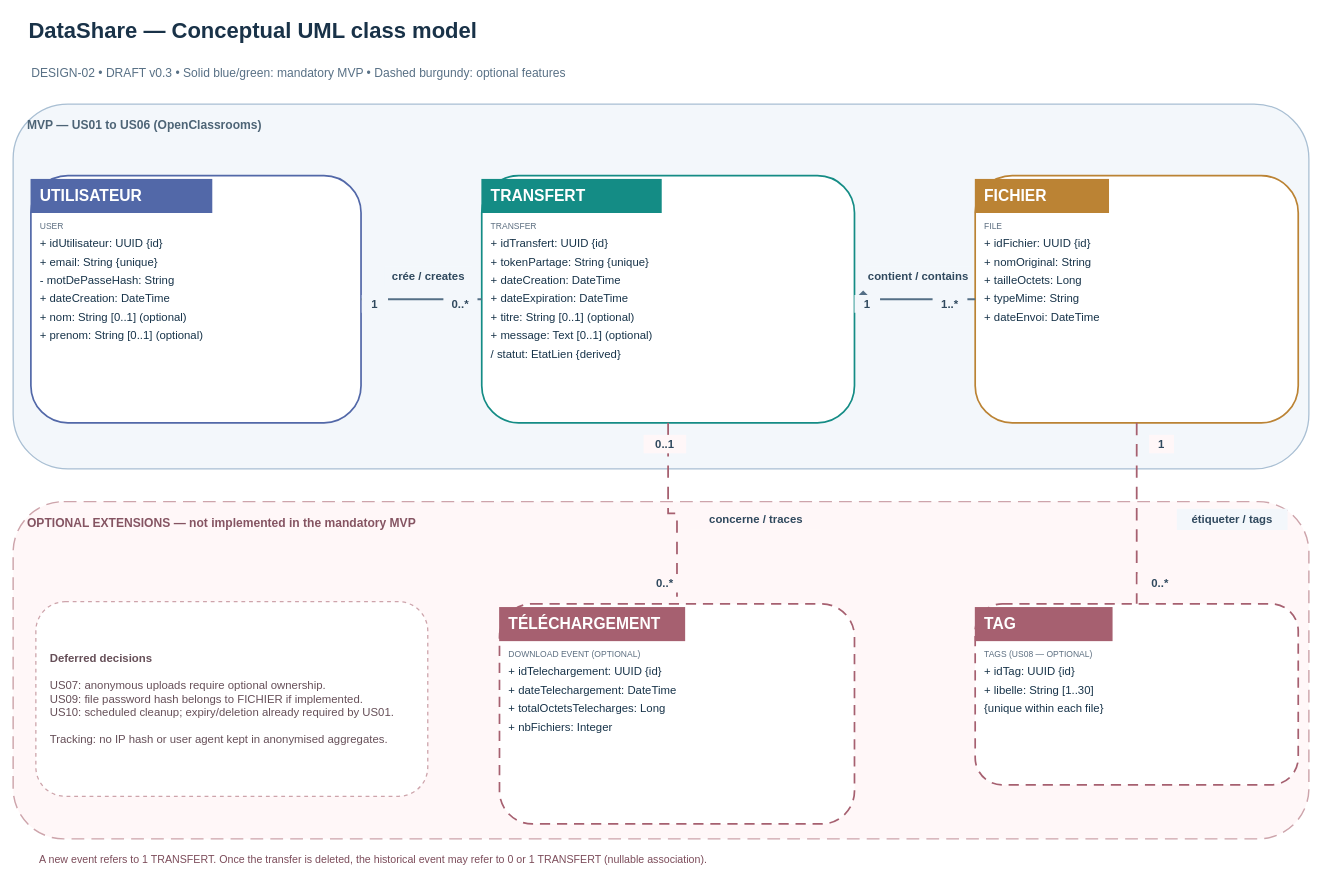
jlbokass/datashare keeps this draw.io diagram as docs/diagrams/data-model.drawio. Above is the earlier version. Source tidied: cells renumbered, new cells numbered last; positions are measured from the earlier drawing's top-left corner, leaving out a move shared by most shapes. Both pictures are drawn from the tidied source at 71%, with x=0, y=0 at pixel (13, 12).
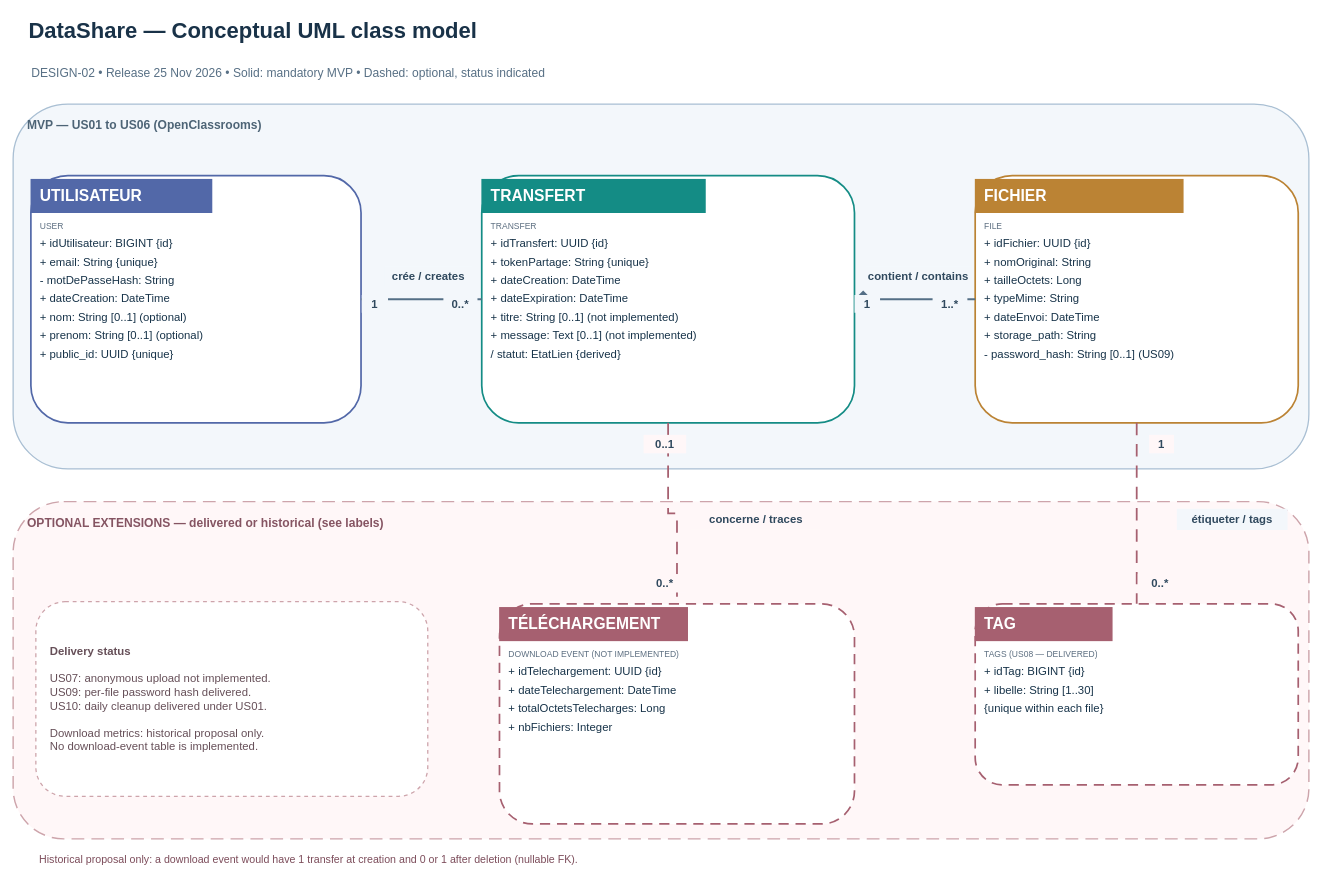
After the change.

The edit, as a diff of the source:
```diff
@@
-    <mxCell id="3" value="DESIGN-02 • DRAFT v0.3 • Solid blue/green: mandatory MVP • Dashed burgundy: optional features" style="text;html=1;align=left;fontSize=17;fontColor=#587085;" parent="1" vertex="1">
+    <mxCell id="3" value="DESIGN-02 • Release 25 Nov 2026 • Solid: mandatory MVP • Dashed: optional, status indicated" style="text;html=1;align=left;fontSize=17;fontColor=#587085;" parent="1" vertex="1">
       <mxGeometry x="24" y="70" width="1750" height="44" as="geometry" />
     </mxCell>
@@
-    <mxCell id="5" value="OPTIONAL EXTENSIONS — not implemented in the mandatory MVP" style="rounded=1;whiteSpace=wrap;html=1;align=left;verticalAlign=top;spacingLeft=18;spacingTop=14;fillColor=#fff7f8;strokeColor=#cda4ab;dashed=1;dashPattern=9 5;strokeWidth=2;fontStyle=1;fontSize=17;fontColor=#855462;" parent="1" vertex="1">
+    <mxCell id="5" value="OPTIONAL EXTENSIONS — delivered or historical (see labels)" style="rounded=1;whiteSpace=wrap;html=1;align=left;verticalAlign=top;spacingLeft=18;spacingTop=14;fillColor=#fff7f8;strokeColor=#cda4ab;dashed=1;dashPattern=9 5;strokeWidth=2;fontStyle=1;fontSize=17;fontColor=#855462;" parent="1" vertex="1">
       <mxGeometry y="689" width="1825" height="475" as="geometry" />
     </mxCell>
-    <mxCell id="6" value="&lt;div style=&quot;font-size:22px;font-weight:bold;background-color:#5268a8;color:#ffffff;padding:11px 13px;&quot;&gt;UTILISATEUR&lt;/div&gt;&lt;div style=&quot;font-size:12px;margin:11px 13px 5px;color:#5d6f81&quot;&gt;USER&lt;/div&gt;&lt;div style=&quot;font-size:16px;line-height:1.5;margin:2px 13px&quot;&gt;+ idUtilisateur: UUID {id}&lt;/div&gt;&lt;div style=&quot;font-size:16px;line-height:1.5;margin:2px 13px&quot;&gt;+ email: String {unique}&lt;/div&gt;&lt;div style=&quot;font-size:16px;line-height:1.5;margin:2px 13px&quot;&gt;- motDePasseHash: String&lt;/div&gt;&lt;div style=&quot;font-size:16px;line-height:1.5;margin:2px 13px&quot;&gt;+ dateCreation: DateTime&lt;/div&gt;&lt;div style=&quot;font-size:16px;line-height:1.5;margin:2px 13px&quot;&gt;+ nom: String [0..1]  (optional)&lt;/div&gt;&lt;div style=&quot;font-size:16px;line-height:1.5;margin:2px 13px&quot;&gt;+ prenom: String [0..1]  (optional)&lt;/div&gt;" style="rounded=1;whiteSpace=wrap;html=1;align=left;verticalAlign=top;spacing=0;fillColor=#ffffff;strokeColor=#5268a8;strokeWidth=2.4;fontColor=#173349;" parent="1" vertex="1">
+    <mxCell id="6" value="&lt;div style=&quot;font-size:22px;font-weight:bold;background-color:#5268a8;color:#ffffff;padding:11px 13px;&quot;&gt;UTILISATEUR&lt;/div&gt;&lt;div style=&quot;font-size:12px;margin:11px 13px 5px;color:#5d6f81&quot;&gt;USER&lt;/div&gt;&lt;div style=&quot;font-size:16px;line-height:1.5;margin:2px 13px&quot;&gt;+ idUtilisateur: BIGINT {id}&lt;/div&gt;&lt;div style=&quot;font-size:16px;line-height:1.5;margin:2px 13px&quot;&gt;+ email: String {unique}&lt;/div&gt;&lt;div style=&quot;font-size:16px;line-height:1.5;margin:2px 13px&quot;&gt;- motDePasseHash: String&lt;/div&gt;&lt;div style=&quot;font-size:16px;line-height:1.5;margin:2px 13px&quot;&gt;+ dateCreation: DateTime&lt;/div&gt;&lt;div style=&quot;font-size:16px;line-height:1.5;margin:2px 13px&quot;&gt;+ nom: String [0..1]  (optional)&lt;/div&gt;&lt;div style=&quot;font-size:16px;line-height:1.5;margin:2px 13px&quot;&gt;+ prenom: String [0..1]  (optional)&lt;/div&gt;&lt;div style=&quot;font-size:16px;line-height:1.5;margin:2px 13px&quot;&gt;+ public_id: UUID {unique}&lt;/div&gt;" style="rounded=1;whiteSpace=wrap;html=1;align=left;verticalAlign=top;spacing=0;fillColor=#ffffff;strokeColor=#5268a8;strokeWidth=2.4;fontColor=#173349;" parent="1" vertex="1">
       <mxGeometry x="25" y="230" width="465" height="348" as="geometry" />
     </mxCell>
-    <mxCell id="7" value="&lt;div style=&quot;font-size:22px;font-weight:bold;background-color:#148c85;color:#ffffff;padding:11px 13px;&quot;&gt;TRANSFERT&lt;/div&gt;&lt;div style=&quot;font-size:12px;margin:11px 13px 5px;color:#5d6f81&quot;&gt;TRANSFER&lt;/div&gt;&lt;div style=&quot;font-size:16px;line-height:1.5;margin:2px 13px&quot;&gt;+ idTransfert: UUID {id}&lt;/div&gt;&lt;div style=&quot;font-size:16px;line-height:1.5;margin:2px 13px&quot;&gt;+ tokenPartage: String {unique}&lt;/div&gt;&lt;div style=&quot;font-size:16px;line-height:1.5;margin:2px 13px&quot;&gt;+ dateCreation: DateTime&lt;/div&gt;&lt;div style=&quot;font-size:16px;line-height:1.5;margin:2px 13px&quot;&gt;+ dateExpiration: DateTime&lt;/div&gt;&lt;div style=&quot;font-size:16px;line-height:1.5;margin:2px 13px&quot;&gt;+ titre: String [0..1]  (optional)&lt;/div&gt;&lt;div style=&quot;font-size:16px;line-height:1.5;margin:2px 13px&quot;&gt;+ message: Text [0..1]  (optional)&lt;/div&gt;&lt;div style=&quot;font-size:16px;line-height:1.5;margin:2px 13px&quot;&gt;/ statut: EtatLien {derived}&lt;/div&gt;" style="rounded=1;whiteSpace=wrap;html=1;align=left;verticalAlign=top;spacing=0;fillColor=#ffffff;strokeColor=#148c85;strokeWidth=2.4;fontColor=#173349;" parent="1" vertex="1">
+    <mxCell id="7" value="&lt;div style=&quot;font-size:22px;font-weight:bold;background-color:#148c85;color:#ffffff;padding:11px 13px;&quot;&gt;TRANSFERT&lt;/div&gt;&lt;div style=&quot;font-size:12px;margin:11px 13px 5px;color:#5d6f81&quot;&gt;TRANSFER&lt;/div&gt;&lt;div style=&quot;font-size:16px;line-height:1.5;margin:2px 13px&quot;&gt;+ idTransfert: UUID {id}&lt;/div&gt;&lt;div style=&quot;font-size:16px;line-height:1.5;margin:2px 13px&quot;&gt;+ tokenPartage: String {unique}&lt;/div&gt;&lt;div style=&quot;font-size:16px;line-height:1.5;margin:2px 13px&quot;&gt;+ dateCreation: DateTime&lt;/div&gt;&lt;div style=&quot;font-size:16px;line-height:1.5;margin:2px 13px&quot;&gt;+ dateExpiration: DateTime&lt;/div&gt;&lt;div style=&quot;font-size:16px;line-height:1.5;margin:2px 13px&quot;&gt;+ titre: String [0..1] (not implemented)&lt;/div&gt;&lt;div style=&quot;font-size:16px;line-height:1.5;margin:2px 13px&quot;&gt;+ message: Text [0..1] (not implemented)&lt;/div&gt;&lt;div style=&quot;font-size:16px;line-height:1.5;margin:2px 13px&quot;&gt;/ statut: EtatLien {derived}&lt;/div&gt;" style="rounded=1;whiteSpace=wrap;html=1;align=left;verticalAlign=top;spacing=0;fillColor=#ffffff;strokeColor=#148c85;strokeWidth=2.4;fontColor=#173349;" parent="1" vertex="1">
       <mxGeometry x="660" y="230" width="525" height="348" as="geometry" />
     </mxCell>
-    <mxCell id="8" value="&lt;div style=&quot;font-size:22px;font-weight:bold;background-color:#bb8334;color:#ffffff;padding:11px 13px;&quot;&gt;FICHIER&lt;/div&gt;&lt;div style=&quot;font-size:12px;margin:11px 13px 5px;color:#5d6f81&quot;&gt;FILE&lt;/div&gt;&lt;div style=&quot;font-size:16px;line-height:1.5;margin:2px 13px&quot;&gt;+ idFichier: UUID {id}&lt;/div&gt;&lt;div style=&quot;font-size:16px;line-height:1.5;margin:2px 13px&quot;&gt;+ nomOriginal: String&lt;/div&gt;&lt;div style=&quot;font-size:16px;line-height:1.5;margin:2px 13px&quot;&gt;+ tailleOctets: Long&lt;/div&gt;&lt;div style=&quot;font-size:16px;line-height:1.5;margin:2px 13px&quot;&gt;+ typeMime: String&lt;/div&gt;&lt;div style=&quot;font-size:16px;line-height:1.5;margin:2px 13px&quot;&gt;+ dateEnvoi: DateTime&lt;/div&gt;" style="rounded=1;whiteSpace=wrap;html=1;align=left;verticalAlign=top;spacing=0;fillColor=#ffffff;strokeColor=#bb8334;strokeWidth=2.4;fontColor=#173349;" parent="1" vertex="1">
+    <mxCell id="8" value="&lt;div style=&quot;font-size:22px;font-weight:bold;background-color:#bb8334;color:#ffffff;padding:11px 13px;&quot;&gt;FICHIER&lt;/div&gt;&lt;div style=&quot;font-size:12px;margin:11px 13px 5px;color:#5d6f81&quot;&gt;FILE&lt;/div&gt;&lt;div style=&quot;font-size:16px;line-height:1.5;margin:2px 13px&quot;&gt;+ idFichier: UUID {id}&lt;/div&gt;&lt;div style=&quot;font-size:16px;line-height:1.5;margin:2px 13px&quot;&gt;+ nomOriginal: String&lt;/div&gt;&lt;div style=&quot;font-size:16px;line-height:1.5;margin:2px 13px&quot;&gt;+ tailleOctets: Long&lt;/div&gt;&lt;div style=&quot;font-size:16px;line-height:1.5;margin:2px 13px&quot;&gt;+ typeMime: String&lt;/div&gt;&lt;div style=&quot;font-size:16px;line-height:1.5;margin:2px 13px&quot;&gt;+ dateEnvoi: DateTime&lt;/div&gt;&lt;div style=&quot;font-size:16px;line-height:1.5;margin:2px 13px&quot;&gt;+ storage_path: String&lt;/div&gt;&lt;div style=&quot;font-size:16px;line-height:1.5;margin:2px 13px&quot;&gt;- password_hash: String [0..1] (US09)&lt;/div&gt;" style="rounded=1;whiteSpace=wrap;html=1;align=left;verticalAlign=top;spacing=0;fillColor=#ffffff;strokeColor=#bb8334;strokeWidth=2.4;fontColor=#173349;" parent="1" vertex="1">
       <mxGeometry x="1355" y="230" width="455" height="348" as="geometry" />
     </mxCell>
-    <mxCell id="9" value="&lt;div style=&quot;font-size:22px;font-weight:bold;background-color:#a66070;color:#ffffff;padding:11px 13px;&quot;&gt;TÉLÉCHARGEMENT&lt;/div&gt;&lt;div style=&quot;font-size:12px;margin:11px 13px 5px;color:#5d6f81&quot;&gt;DOWNLOAD EVENT (OPTIONAL)&lt;/div&gt;&lt;div style=&quot;font-size:16px;line-height:1.5;margin:2px 13px&quot;&gt;+ idTelechargement: UUID {id}&lt;/div&gt;&lt;div style=&quot;font-size:16px;line-height:1.5;margin:2px 13px&quot;&gt;+ dateTelechargement: DateTime&lt;/div&gt;&lt;div style=&quot;font-size:16px;line-height:1.5;margin:2px 13px&quot;&gt;+ totalOctetsTelecharges: Long&lt;/div&gt;&lt;div style=&quot;font-size:16px;line-height:1.5;margin:2px 13px&quot;&gt;+ nbFichiers: Integer&lt;/div&gt;" style="rounded=1;whiteSpace=wrap;html=1;align=left;verticalAlign=top;spacing=0;fillColor=#ffffff;strokeColor=#a66070;strokeWidth=2.4;dashed=1;dashPattern=6 4;fontColor=#173349;" parent="1" vertex="1">
+    <mxCell id="9" value="&lt;div style=&quot;font-size:22px;font-weight:bold;background-color:#a66070;color:#ffffff;padding:11px 13px;&quot;&gt;TÉLÉCHARGEMENT&lt;/div&gt;&lt;div style=&quot;font-size:12px;margin:11px 13px 5px;color:#5d6f81&quot;&gt;DOWNLOAD EVENT (NOT IMPLEMENTED)&lt;/div&gt;&lt;div style=&quot;font-size:16px;line-height:1.5;margin:2px 13px&quot;&gt;+ idTelechargement: UUID {id}&lt;/div&gt;&lt;div style=&quot;font-size:16px;line-height:1.5;margin:2px 13px&quot;&gt;+ dateTelechargement: DateTime&lt;/div&gt;&lt;div style=&quot;font-size:16px;line-height:1.5;margin:2px 13px&quot;&gt;+ totalOctetsTelecharges: Long&lt;/div&gt;&lt;div style=&quot;font-size:16px;line-height:1.5;margin:2px 13px&quot;&gt;+ nbFichiers: Integer&lt;/div&gt;" style="rounded=1;whiteSpace=wrap;html=1;align=left;verticalAlign=top;spacing=0;fillColor=#ffffff;strokeColor=#a66070;strokeWidth=2.4;dashed=1;dashPattern=6 4;fontColor=#173349;" parent="1" vertex="1">
       <mxGeometry x="685" y="833" width="500" height="310" as="geometry" />
     </mxCell>
-    <mxCell id="10" value="&lt;div style=&quot;font-size:22px;font-weight:bold;background-color:#a66070;color:#ffffff;padding:11px 13px;&quot;&gt;TAG&lt;/div&gt;&lt;div style=&quot;font-size:12px;margin:11px 13px 5px;color:#5d6f81&quot;&gt;TAGS (US08 — OPTIONAL)&lt;/div&gt;&lt;div style=&quot;font-size:16px;line-height:1.5;margin:2px 13px&quot;&gt;+ idTag: UUID {id}&lt;/div&gt;&lt;div style=&quot;font-size:16px;line-height:1.5;margin:2px 13px&quot;&gt;+ libelle: String [1..30]&lt;/div&gt;&lt;div style=&quot;font-size:16px;line-height:1.5;margin:2px 13px&quot;&gt;{unique within each file}&lt;/div&gt;" style="rounded=1;whiteSpace=wrap;html=1;align=left;verticalAlign=top;spacing=0;fillColor=#ffffff;strokeColor=#a66070;strokeWidth=2.4;dashed=1;dashPattern=6 4;fontColor=#173349;" parent="1" vertex="1">
+    <mxCell id="10" value="&lt;div style=&quot;font-size:22px;font-weight:bold;background-color:#a66070;color:#ffffff;padding:11px 13px;&quot;&gt;TAG&lt;/div&gt;&lt;div style=&quot;font-size:12px;margin:11px 13px 5px;color:#5d6f81&quot;&gt;TAGS (US08 — DELIVERED)&lt;/div&gt;&lt;div style=&quot;font-size:16px;line-height:1.5;margin:2px 13px&quot;&gt;+ idTag: BIGINT {id}&lt;/div&gt;&lt;div style=&quot;font-size:16px;line-height:1.5;margin:2px 13px&quot;&gt;+ libelle: String [1..30]&lt;/div&gt;&lt;div style=&quot;font-size:16px;line-height:1.5;margin:2px 13px&quot;&gt;{unique within each file}&lt;/div&gt;" style="rounded=1;whiteSpace=wrap;html=1;align=left;verticalAlign=top;spacing=0;fillColor=#ffffff;strokeColor=#a66070;strokeWidth=2.4;dashed=1;dashPattern=6 4;fontColor=#173349;" parent="1" vertex="1">
       <mxGeometry x="1355" y="833" width="455" height="255" as="geometry" />
     </mxCell>
-    <mxCell id="11" value="&lt;b&gt;Deferred decisions&lt;/b&gt;&lt;br&gt;&lt;br&gt;US07: anonymous uploads require optional ownership.&lt;br&gt;US09: file password hash belongs to FICHIER if implemented.&lt;br&gt;US10: scheduled cleanup; expiry/deletion already required by US01.&lt;br&gt;&lt;br&gt;Tracking: no IP hash or user agent kept in anonymised aggregates." style="rounded=1;whiteSpace=wrap;html=1;align=left;verticalAlign=middle;spacing=20;fillColor=#ffffff;strokeColor=#cda4ab;dashed=1;strokeWidth=1.8;fontSize=16;fontColor=#664f58;" parent="1" vertex="1">
+    <mxCell id="11" value="&lt;b&gt;Delivery status&lt;/b&gt;&lt;br&gt;&lt;br&gt;US07: anonymous upload not implemented.&lt;br&gt;US09: per-file password hash delivered.&lt;br&gt;US10: daily cleanup delivered under US01.&lt;br&gt;&lt;br&gt;Download metrics: historical proposal only.&lt;br&gt;No download-event table is implemented." style="rounded=1;whiteSpace=wrap;html=1;align=left;verticalAlign=middle;spacing=20;fillColor=#ffffff;strokeColor=#cda4ab;dashed=1;strokeWidth=1.8;fontSize=16;fontColor=#664f58;" parent="1" vertex="1">
       <mxGeometry x="32" y="830" width="552" height="274" as="geometry" />
     </mxCell>
@@
-    <mxCell id="28" value="A new event refers to 1 TRANSFERT. Once the transfer is deleted, the historical event may refer to 0 or 1 TRANSFERT (nullable association)." style="text;html=1;whiteSpace=wrap;align=left;verticalAlign=middle;fontSize=15;fontColor=#7c4c5a;" parent="1" vertex="1">
+    <mxCell id="28" value="Historical proposal only: a download event would have 1 transfer at creation and 0 or 1 after deletion (nullable FK)." style="text;html=1;whiteSpace=wrap;align=left;verticalAlign=middle;fontSize=15;fontColor=#7c4c5a;" parent="1" vertex="1">
       <mxGeometry x="35" y="1172" width="1735" height="40" as="geometry" />
     </mxCell>
```
